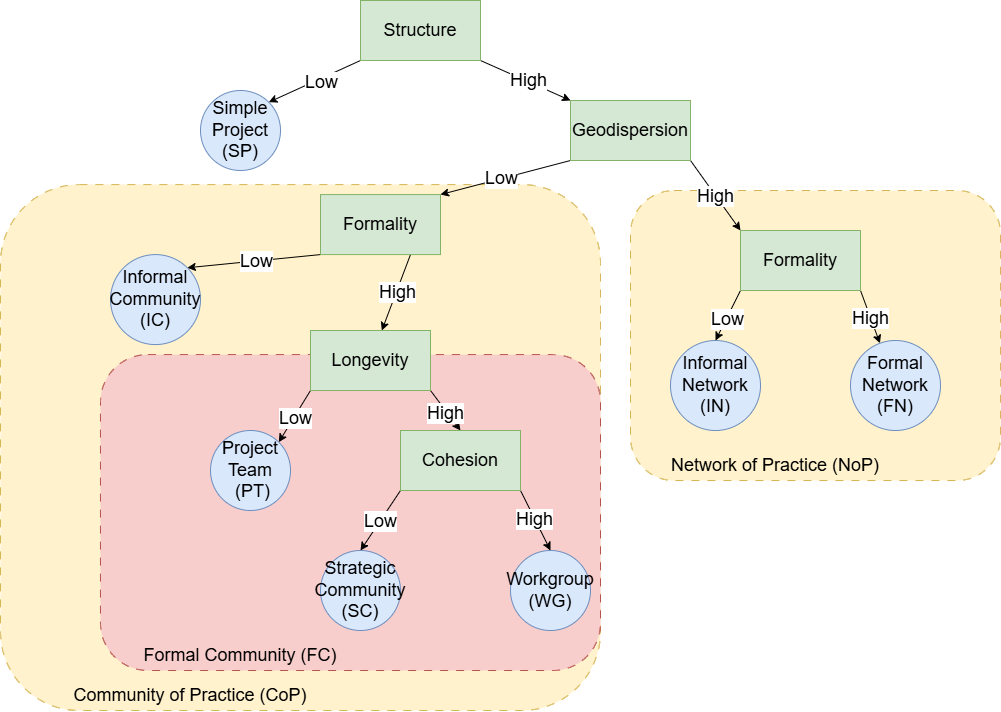
Above: gui/images/YOSHI-3.drawio.png in Mattia-Marino/yoshi-3 (draw.io), before the change. Source tidied: cells renumbered, new cells last; positions are measured from the earlier drawing's top-left corner, leaving out a move shared by most shapes.
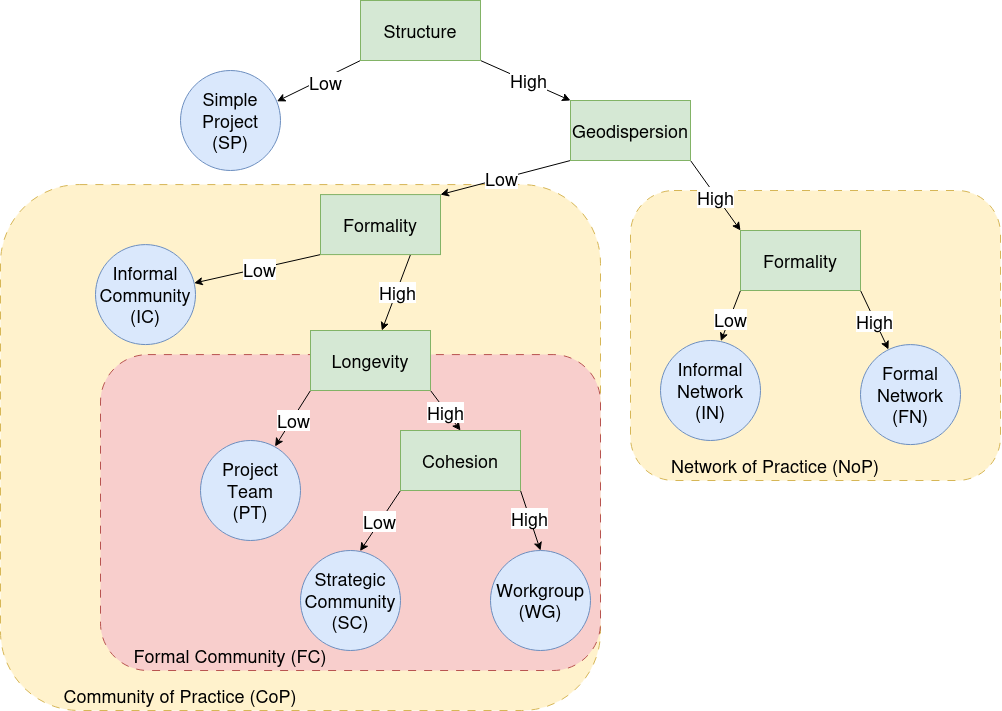
Later version of the same file.

Change to the diagram source:
```diff
@@ -16,7 +16,7 @@
         <mxPoint x="1" as="offset" />
       </mxGeometry>
     </mxCell>
-    <mxCell id="6" style="rounded=0;jettySize=auto;html=1;exitX=0;exitY=1;exitDx=0;exitDy=0;entryX=1;entryY=0;entryDx=0;entryDy=0;" parent="1" edge="1" source="8" target="43">
+    <mxCell id="6" style="rounded=0;jettySize=auto;html=1;exitX=0;exitY=1;exitDx=0;exitDy=0;entryX=0.965;entryY=0.308;entryDx=0;entryDy=0;entryPerimeter=0;" parent="1" edge="1" source="8" target="43">
       <mxGeometry relative="1" as="geometry" />
     </mxCell>
     <mxCell id="7" value="&lt;font style=&quot;font-size: 18px;&quot;&gt;Low&lt;/font&gt;" style="edgeLabel;html=1;align=center;verticalAlign=middle;" parent="6" vertex="1">
@@ -45,7 +45,7 @@
     <mxCell id="14" value="&lt;font style=&quot;font-size: 18px;&quot;&gt;Geodispersion&lt;/font&gt;" style="rounded=0;whiteSpace=wrap;html=1;fillColor=#d5e8d4;strokeColor=#82b366;" parent="1" vertex="1">
       <mxGeometry x="570" y="100" width="120" height="60" as="geometry" />
     </mxCell>
-    <mxCell id="15" style="rounded=0;jettySize=auto;html=1;exitX=0;exitY=1;exitDx=0;exitDy=0;entryX=1;entryY=0;entryDx=0;entryDy=0;" parent="1" edge="1" source="19" target="20">
+    <mxCell id="15" style="rounded=0;jettySize=auto;html=1;exitX=0;exitY=1;exitDx=0;exitDy=0;entryX=0.746;entryY=0.059;entryDx=0;entryDy=0;entryPerimeter=0;" parent="1" edge="1" source="19" target="20">
       <mxGeometry relative="1" as="geometry" />
     </mxCell>
     <mxCell id="16" value="&lt;font style=&quot;font-size: 18px;&quot;&gt;Low&lt;/font&gt;" style="edgeLabel;html=1;align=center;verticalAlign=middle;" parent="15" vertex="1">
@@ -60,9 +60,6 @@
     <mxCell id="19" value="&lt;div&gt;&lt;font style=&quot;font-size: 18px;&quot;&gt;Longevity&lt;/font&gt;&lt;/div&gt;" style="rounded=0;whiteSpace=wrap;html=1;fillColor=#d5e8d4;strokeColor=#82b366;" parent="1" vertex="1">
       <mxGeometry x="310" y="330" width="120" height="60" as="geometry" />
     </mxCell>
-    <mxCell id="20" value="&lt;div&gt;&lt;font style=&quot;font-size: 18px;&quot;&gt;Project&lt;/font&gt;&lt;/div&gt;&lt;div&gt;&lt;font style=&quot;font-size: 18px;&quot;&gt;Team&lt;/font&gt;&lt;/div&gt;&lt;font style=&quot;font-size: 18px;&quot;&gt;&amp;nbsp;(PT)&lt;/font&gt;" style="ellipse;whiteSpace=wrap;html=1;fillColor=#dae8fc;strokeColor=#6c8ebf;" parent="1" vertex="1">
-      <mxGeometry x="210" y="430" width="80" height="80" as="geometry" />
-    </mxCell>
     <mxCell id="21" style="rounded=0;jettySize=auto;html=1;exitX=1;exitY=1;exitDx=0;exitDy=0;entryX=0.5;entryY=0;entryDx=0;entryDy=0;" parent="1" edge="1" source="25" target="26">
       <mxGeometry relative="1" as="geometry" />
     </mxCell>
@@ -71,7 +68,7 @@
         <mxPoint y="-1" as="offset" />
       </mxGeometry>
     </mxCell>
-    <mxCell id="23" style="rounded=0;jettySize=auto;html=1;exitX=0;exitY=1;exitDx=0;exitDy=0;entryX=0.5;entryY=0;entryDx=0;entryDy=0;" parent="1" edge="1" source="25" target="27">
+    <mxCell id="23" style="rounded=0;jettySize=auto;html=1;exitX=0;exitY=1;exitDx=0;exitDy=0;entryX=0.596;entryY=0.006;entryDx=0;entryDy=0;entryPerimeter=0;" parent="1" edge="1" source="25" target="27">
       <mxGeometry relative="1" as="geometry" />
     </mxCell>
     <mxCell id="24" value="&lt;font style=&quot;font-size: 18px;&quot;&gt;Low&lt;/font&gt;" style="edgeLabel;html=1;align=center;verticalAlign=middle;" parent="23" vertex="1">
@@ -80,22 +77,16 @@
     <mxCell id="25" value="&lt;font style=&quot;font-size: 18px;&quot;&gt;Cohesion&lt;/font&gt;" style="rounded=0;whiteSpace=wrap;html=1;fillColor=#d5e8d4;strokeColor=#82b366;" parent="1" vertex="1">
       <mxGeometry x="400" y="430" width="120" height="60" as="geometry" />
     </mxCell>
-    <mxCell id="26" value="&lt;font style=&quot;font-size: 18px;&quot;&gt;Workgroup (WG)&lt;/font&gt;" style="ellipse;whiteSpace=wrap;html=1;fillColor=#dae8fc;strokeColor=#6c8ebf;" parent="1" vertex="1">
-      <mxGeometry x="510" y="550" width="80" height="80" as="geometry" />
-    </mxCell>
-    <mxCell id="27" value="&lt;font style=&quot;font-size: 18px;&quot;&gt;Strategic Community (SC)&lt;/font&gt;" style="ellipse;whiteSpace=wrap;html=1;fillColor=#dae8fc;strokeColor=#6c8ebf;" parent="1" vertex="1">
-      <mxGeometry x="320" y="550" width="80" height="80" as="geometry" />
-    </mxCell>
     <mxCell id="28" value="&lt;font style=&quot;font-size: 18px;&quot;&gt;Community of Practice (CoP)&lt;/font&gt;" style="text;html=1;whiteSpace=wrap;strokeColor=none;fillColor=none;align=center;verticalAlign=middle;rounded=0;" parent="1" vertex="1">
-      <mxGeometry x="70" y="680" width="240" height="30" as="geometry" />
+      <mxGeometry x="60" y="680" width="240" height="30" as="geometry" />
     </mxCell>
-    <mxCell id="29" style="rounded=0;jettySize=auto;html=1;exitX=1;exitY=1;exitDx=0;exitDy=0;" parent="1" edge="1" source="33" target="34">
+    <mxCell id="29" style="rounded=0;jettySize=auto;html=1;exitX=1;exitY=1;exitDx=0;exitDy=0;entryX=0.28;entryY=0.049;entryDx=0;entryDy=0;entryPerimeter=0;" parent="1" edge="1" source="33" target="34">
       <mxGeometry relative="1" as="geometry" />
     </mxCell>
     <mxCell id="30" value="&lt;font style=&quot;font-size: 18px;&quot;&gt;High&lt;/font&gt;" style="edgeLabel;html=1;align=center;verticalAlign=middle;" parent="29" vertex="1">
       <mxGeometry x="-0.01" y="-1" relative="1" as="geometry" />
     </mxCell>
-    <mxCell id="31" style="rounded=0;jettySize=auto;html=1;exitX=0;exitY=1;exitDx=0;exitDy=0;entryX=0.5;entryY=0;entryDx=0;entryDy=0;" parent="1" edge="1" source="33" target="35">
+    <mxCell id="31" style="rounded=0;jettySize=auto;html=1;exitX=0;exitY=1;exitDx=0;exitDy=0;entryX=0.604;entryY=0.006;entryDx=0;entryDy=0;entryPerimeter=0;" parent="1" edge="1" source="33" target="35">
       <mxGeometry relative="1" as="geometry" />
     </mxCell>
     <mxCell id="32" value="&lt;font style=&quot;font-size: 18px;&quot;&gt;Low&lt;/font&gt;" style="edgeLabel;html=1;align=center;verticalAlign=middle;" parent="31" vertex="1">
@@ -105,15 +96,12 @@
       <mxGeometry x="740" y="230" width="120" height="60" as="geometry" />
     </mxCell>
     <mxCell id="34" value="&lt;font style=&quot;font-size: 18px;&quot;&gt;Formal Network (FN)&lt;/font&gt;" style="ellipse;whiteSpace=wrap;html=1;fillColor=#dae8fc;strokeColor=#6c8ebf;" parent="1" vertex="1">
-      <mxGeometry x="850" y="340" width="90" height="90" as="geometry" />
+      <mxGeometry x="860" y="344.1" width="100" height="100" as="geometry" />
     </mxCell>
-    <mxCell id="35" value="&lt;div&gt;&lt;font style=&quot;font-size: 18px;&quot;&gt;Informal Network (IN)&lt;/font&gt;&lt;/div&gt;" style="ellipse;whiteSpace=wrap;html=1;fillColor=#dae8fc;strokeColor=#6c8ebf;" parent="1" vertex="1">
-      <mxGeometry x="670" y="340" width="90" height="90" as="geometry" />
-    </mxCell>
     <mxCell id="36" value="&lt;font style=&quot;font-size: 18px;&quot;&gt;Network of Practice (NoP)&lt;/font&gt;" style="text;html=1;whiteSpace=wrap;strokeColor=none;fillColor=none;align=center;verticalAlign=middle;rounded=0;" parent="1" vertex="1">
       <mxGeometry x="660" y="450" width="230" height="30" as="geometry" />
     </mxCell>
-    <mxCell id="37" style="rounded=0;jettySize=auto;html=1;exitX=0;exitY=1;exitDx=0;exitDy=0;entryX=1;entryY=0;entryDx=0;entryDy=0;" parent="1" edge="1" source="41" target="42">
+    <mxCell id="37" style="rounded=0;jettySize=auto;html=1;exitX=0;exitY=1;exitDx=0;exitDy=0;entryX=0.987;entryY=0.385;entryDx=0;entryDy=0;entryPerimeter=0;" parent="1" edge="1" source="41" target="42">
       <mxGeometry relative="1" as="geometry" />
     </mxCell>
     <mxCell id="38" value="&lt;font style=&quot;font-size: 18px;&quot;&gt;Low&lt;/font&gt;" style="edgeLabel;html=1;align=center;verticalAlign=middle;" parent="37" vertex="1">
@@ -128,14 +116,26 @@
     <mxCell id="41" value="&lt;font style=&quot;font-size: 18px;&quot;&gt;Formality&lt;/font&gt;" style="rounded=0;whiteSpace=wrap;html=1;fillColor=#d5e8d4;strokeColor=#82b366;" parent="1" vertex="1">
       <mxGeometry x="320" y="194.1" width="120" height="60" as="geometry" />
     </mxCell>
+    <mxCell id="44" value="&lt;font style=&quot;font-size: 18px;&quot;&gt;Formal Community (FC)&lt;/font&gt;" style="text;html=1;whiteSpace=wrap;strokeColor=none;fillColor=none;align=center;verticalAlign=middle;rounded=0;" parent="1" vertex="1">
+      <mxGeometry x="130" y="640" width="200" height="30" as="geometry" />
+    </mxCell>
+    <mxCell id="26" value="&lt;font style=&quot;font-size: 18px;&quot;&gt;Workgroup (WG)&lt;/font&gt;" style="ellipse;whiteSpace=wrap;html=1;fillColor=#dae8fc;strokeColor=#6c8ebf;" parent="1" vertex="1">
+      <mxGeometry x="490" y="550" width="100" height="100" as="geometry" />
+    </mxCell>
+    <mxCell id="35" value="&lt;font style=&quot;font-size: 18px;&quot;&gt;Informal Network (IN)&lt;/font&gt;" style="ellipse;whiteSpace=wrap;html=1;fillColor=#dae8fc;strokeColor=#6c8ebf;" parent="1" vertex="1">
+      <mxGeometry x="660" y="340" width="100" height="100" as="geometry" />
+    </mxCell>
+    <mxCell id="27" value="&lt;font style=&quot;font-size: 18px;&quot;&gt;Strategic Community (SC)&lt;/font&gt;" style="ellipse;whiteSpace=wrap;html=1;fillColor=#dae8fc;strokeColor=#6c8ebf;" parent="1" vertex="1">
+      <mxGeometry x="300" y="550" width="100" height="100" as="geometry" />
+    </mxCell>
+    <mxCell id="20" value="&lt;div&gt;&lt;font style=&quot;font-size: 18px;&quot;&gt;Project Team&lt;/font&gt;&lt;/div&gt;&lt;div&gt;&lt;font style=&quot;font-size: 18px;&quot;&gt;(PT)&lt;/font&gt;&lt;/div&gt;" style="ellipse;whiteSpace=wrap;html=1;fillColor=#dae8fc;strokeColor=#6c8ebf;" parent="1" vertex="1">
+      <mxGeometry x="200" y="440" width="100" height="100" as="geometry" />
+    </mxCell>
     <mxCell id="42" value="&lt;font style=&quot;font-size: 18px;&quot;&gt;Informal Community (IC)&lt;/font&gt;" style="ellipse;whiteSpace=wrap;html=1;fillColor=#dae8fc;strokeColor=#6c8ebf;" parent="1" vertex="1">
-      <mxGeometry x="110" y="254.1" width="90" height="90" as="geometry" />
+      <mxGeometry x="95" y="244.1" width="100" height="100" as="geometry" />
     </mxCell>
-    <mxCell id="43" value="&lt;font style=&quot;font-size: 18px;&quot;&gt;Simple Project (SP)&lt;/font&gt;" style="ellipse;whiteSpace=wrap;html=1;fillColor=#dae8fc;strokeColor=#6c8ebf;" parent="1" vertex="1">
-      <mxGeometry x="200" y="90" width="80" height="80" as="geometry" />
+    <mxCell id="43" value="&lt;div&gt;&lt;font style=&quot;font-size: 18px;&quot;&gt;Simple Project&lt;/font&gt;&lt;/div&gt;&lt;div&gt;&lt;font style=&quot;font-size: 18px;&quot;&gt;(SP)&lt;/font&gt;&lt;/div&gt;" style="ellipse;whiteSpace=wrap;html=1;fillColor=#dae8fc;strokeColor=#6c8ebf;" parent="1" vertex="1">
+      <mxGeometry x="180" y="70" width="100" height="100" as="geometry" />
     </mxCell>
-    <mxCell id="44" value="&lt;font style=&quot;font-size: 18px;&quot;&gt;Formal Community (FC)&lt;/font&gt;" style="text;html=1;whiteSpace=wrap;strokeColor=none;fillColor=none;align=center;verticalAlign=middle;rounded=0;" parent="1" vertex="1">
-      <mxGeometry x="140" y="640" width="200" height="30" as="geometry" />
-    </mxCell>
   </root>
 </mxGraphModel>
```
